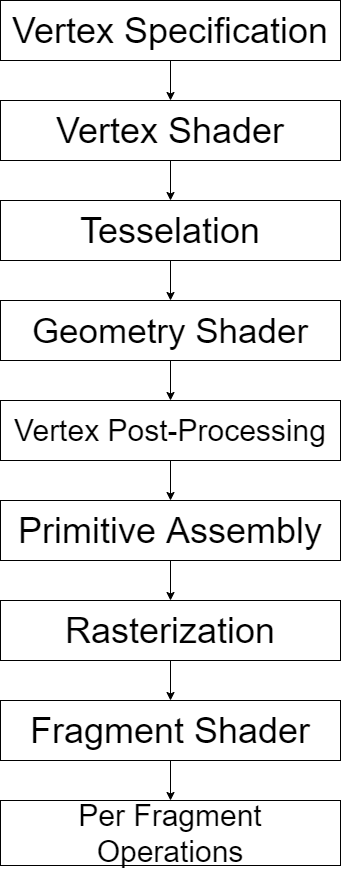
VXCP/EduSample keeps this draw.io diagram as Assets/OpenGL-Pipeline.png. Above is the earlier version. Source tidied: cells renumbered, new cells last; positions are measured from the earlier drawing's top-left corner, leaving out a move shared by most shapes.
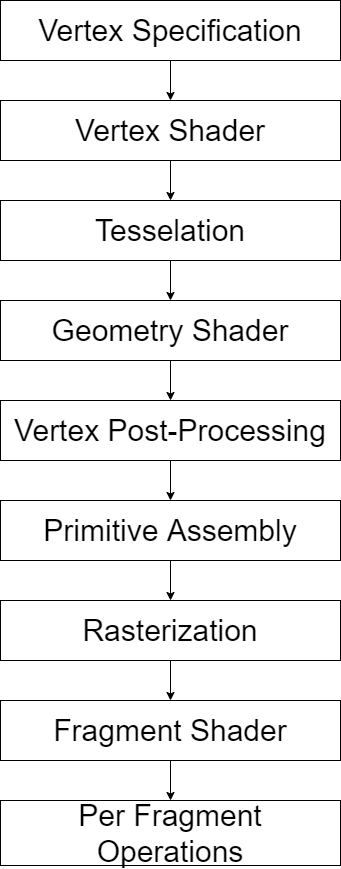
Later version of the same file.

What changed in the source:
```diff
@@ -5,25 +5,25 @@
     <mxCell id="2" style="edgeStyle=orthogonalEdgeStyle;rounded=0;jettySize=auto;html=1;entryX=0.5;entryY=0;entryDx=0;entryDy=0;" parent="1" edge="1" source="3" target="5">
       <mxGeometry relative="1" as="geometry" />
     </mxCell>
-    <mxCell id="3" value="&lt;font style=&quot;font-size: 36px&quot;&gt;Vertex Specification&lt;/font&gt;" style="rounded=0;whiteSpace=wrap;html=1;" parent="1" vertex="1">
+    <mxCell id="3" value="&lt;font style=&quot;font-size: 30px&quot;&gt;Vertex Specification&lt;/font&gt;" style="rounded=0;whiteSpace=wrap;html=1;" parent="1" vertex="1">
       <mxGeometry width="340" height="60" as="geometry" />
     </mxCell>
     <mxCell id="4" style="edgeStyle=orthogonalEdgeStyle;rounded=0;jettySize=auto;html=1;entryX=0.5;entryY=0;entryDx=0;entryDy=0;" parent="1" edge="1" source="5" target="7">
       <mxGeometry relative="1" as="geometry" />
     </mxCell>
-    <mxCell id="5" value="&lt;font style=&quot;font-size: 36px&quot;&gt;Vertex Shader&lt;/font&gt;" style="rounded=0;whiteSpace=wrap;html=1;" parent="1" vertex="1">
+    <mxCell id="5" value="&lt;font style=&quot;font-size: 30px&quot;&gt;Vertex Shader&lt;/font&gt;" style="rounded=0;whiteSpace=wrap;html=1;" parent="1" vertex="1">
       <mxGeometry y="100" width="340" height="60" as="geometry" />
     </mxCell>
     <mxCell id="6" style="edgeStyle=orthogonalEdgeStyle;rounded=0;jettySize=auto;html=1;entryX=0.5;entryY=0;entryDx=0;entryDy=0;" parent="1" edge="1" source="7" target="9">
       <mxGeometry relative="1" as="geometry" />
     </mxCell>
-    <mxCell id="7" value="&lt;font style=&quot;font-size: 36px&quot;&gt;Tesselation&lt;/font&gt;" style="rounded=0;whiteSpace=wrap;html=1;" parent="1" vertex="1">
+    <mxCell id="7" value="&lt;font style=&quot;font-size: 30px&quot;&gt;Tesselation&lt;/font&gt;" style="rounded=0;whiteSpace=wrap;html=1;" parent="1" vertex="1">
       <mxGeometry y="200" width="340" height="60" as="geometry" />
     </mxCell>
     <mxCell id="8" style="edgeStyle=orthogonalEdgeStyle;rounded=0;jettySize=auto;html=1;entryX=0.5;entryY=0;entryDx=0;entryDy=0;" parent="1" edge="1" source="9" target="11">
       <mxGeometry relative="1" as="geometry" />
     </mxCell>
-    <mxCell id="9" value="&lt;font style=&quot;font-size: 35px&quot;&gt;Geometry Shader&lt;/font&gt;" style="rounded=0;whiteSpace=wrap;html=1;" parent="1" vertex="1">
+    <mxCell id="9" value="&lt;font style=&quot;font-size: 30px&quot;&gt;Geometry Shader&lt;/font&gt;" style="rounded=0;whiteSpace=wrap;html=1;" parent="1" vertex="1">
       <mxGeometry y="300" width="340" height="60" as="geometry" />
     </mxCell>
     <mxCell id="10" style="edgeStyle=orthogonalEdgeStyle;rounded=0;jettySize=auto;html=1;" parent="1" edge="1" source="11" target="13">
@@ -35,19 +35,19 @@
     <mxCell id="12" style="edgeStyle=orthogonalEdgeStyle;rounded=0;jettySize=auto;html=1;entryX=0.5;entryY=0;entryDx=0;entryDy=0;" parent="1" edge="1" source="13" target="15">
       <mxGeometry relative="1" as="geometry" />
     </mxCell>
-    <mxCell id="13" value="&lt;font style=&quot;font-size: 36px&quot;&gt;Primitive Assembly&lt;/font&gt;" style="rounded=0;whiteSpace=wrap;html=1;" parent="1" vertex="1">
+    <mxCell id="13" value="&lt;font style=&quot;font-size: 30px&quot;&gt;Primitive Assembly&lt;/font&gt;" style="rounded=0;whiteSpace=wrap;html=1;" parent="1" vertex="1">
       <mxGeometry y="500" width="340" height="60" as="geometry" />
     </mxCell>
     <mxCell id="14" style="edgeStyle=orthogonalEdgeStyle;rounded=0;jettySize=auto;html=1;entryX=0.5;entryY=0;entryDx=0;entryDy=0;" parent="1" edge="1" source="15" target="17">
       <mxGeometry relative="1" as="geometry" />
     </mxCell>
-    <mxCell id="15" value="&lt;font style=&quot;font-size: 36px&quot;&gt;Rasterization&lt;/font&gt;" style="rounded=0;whiteSpace=wrap;html=1;" parent="1" vertex="1">
+    <mxCell id="15" value="&lt;font style=&quot;font-size: 30px&quot;&gt;Rasterization&lt;/font&gt;" style="rounded=0;whiteSpace=wrap;html=1;" parent="1" vertex="1">
       <mxGeometry y="600" width="340" height="60" as="geometry" />
     </mxCell>
     <mxCell id="16" style="edgeStyle=orthogonalEdgeStyle;rounded=0;jettySize=auto;html=1;entryX=0.5;entryY=0;entryDx=0;entryDy=0;" parent="1" edge="1" source="17" target="18">
       <mxGeometry relative="1" as="geometry" />
     </mxCell>
-    <mxCell id="17" value="&lt;font style=&quot;font-size: 36px&quot;&gt;Fragment Shader&lt;/font&gt;" style="rounded=0;whiteSpace=wrap;html=1;" parent="1" vertex="1">
+    <mxCell id="17" value="&lt;font style=&quot;font-size: 30px&quot;&gt;Fragment Shader&lt;/font&gt;" style="rounded=0;whiteSpace=wrap;html=1;" parent="1" vertex="1">
       <mxGeometry y="700" width="340" height="60" as="geometry" />
     </mxCell>
     <mxCell id="18" value="&lt;font style=&quot;font-size: 30px&quot;&gt;Per Fragment Operations&lt;/font&gt;" style="rounded=0;whiteSpace=wrap;html=1;" parent="1" vertex="1">
```
